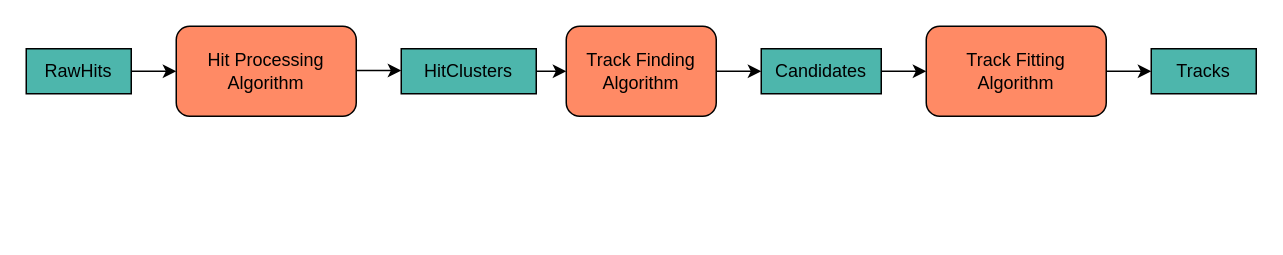
The draw.io diagram docs/_media/algo_flow_01.drawio in JeffersonLab/JANA2, before the edit. Source tidied: cells renumbered, new cells numbered last; positions are measured from the earlier drawing's top-left corner, leaving out a move shared by most shapes. Both pictures are drawn from the tidied source at 150%, with x=0, y=0 at pixel (26, 26).
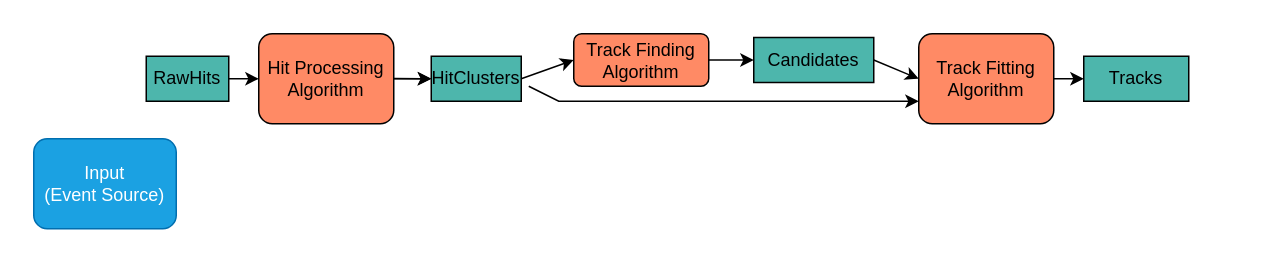
Above is the later version.

The edit, as a diff of the source:
```diff
@@
     <mxCell id="2" value="RawHits" style="rounded=0;whiteSpace=wrap;html=1;fillColor=#4DB6AC;" parent="1" vertex="1">
-      <mxGeometry y="15" width="70" height="30" as="geometry" />
+      <mxGeometry x="80" y="20" width="55" height="30" as="geometry" />
     </mxCell>
+    <mxCell id="15" style="edgeStyle=orthogonalEdgeStyle;rounded=0;jettySize=auto;html=1;" parent="1" edge="1" source="3" target="4">
+      <mxGeometry relative="1" as="geometry" />
+    </mxCell>
     <mxCell id="3" value="Hit Processing Algorithm" style="rounded=1;whiteSpace=wrap;html=1;fillColor=#FF8A65;" parent="1" vertex="1">
-      <mxGeometry x="100" width="120" height="60" as="geometry" />
+      <mxGeometry x="155" y="5" width="90" height="60" as="geometry" />
     </mxCell>
     <mxCell id="4" value="HitClusters" style="rounded=0;whiteSpace=wrap;html=1;fillColor=#4DB6AC;" parent="1" vertex="1">
-      <mxGeometry x="250" y="15" width="90" height="30" as="geometry" />
+      <mxGeometry x="270" y="20" width="60" height="30" as="geometry" />
     </mxCell>
     <mxCell id="5" value="Track Finding&lt;div&gt;Algorithm&lt;/div&gt;" style="rounded=1;whiteSpace=wrap;html=1;fillColor=#FF8A65;" parent="1" vertex="1">
-      <mxGeometry x="360" width="100" height="60" as="geometry" />
+      <mxGeometry x="365" y="5" width="90" height="35" as="geometry" />
     </mxCell>
     <mxCell id="6" value="Candidates" style="rounded=0;whiteSpace=wrap;html=1;fillColor=#4DB6AC;" parent="1" vertex="1">
-      <mxGeometry x="490" y="15" width="80" height="30" as="geometry" />
+      <mxGeometry x="485" y="7.5" width="80" height="30" as="geometry" />
     </mxCell>
     <mxCell id="7" value="Track Fitting&lt;div&gt;Algorithm&lt;/div&gt;" style="rounded=1;whiteSpace=wrap;html=1;fillColor=#FF8A65;" parent="1" vertex="1">
-      <mxGeometry x="600" width="120" height="60" as="geometry" />
+      <mxGeometry x="595" y="5" width="90" height="60" as="geometry" />
     </mxCell>
     <mxCell id="8" value="Tracks" style="rounded=0;whiteSpace=wrap;html=1;fillColor=#4DB6AC;" parent="1" vertex="1">
-      <mxGeometry x="750" y="15" width="70" height="30" as="geometry" />
+      <mxGeometry x="705" y="20" width="70" height="30" as="geometry" />
     </mxCell>
@@
-    <mxCell id="10" style="endArrow=classic;html=1;rounded=0;exitX=1;exitY=0.5;exitDx=0;exitDy=0;entryX=0;entryY=0.5;entryDx=0;entryDy=0;" parent="1" edge="1">
+    <mxCell id="10" style="endArrow=classic;html=1;rounded=0;exitX=1;exitY=0.5;exitDx=0;exitDy=0;entryX=0;entryY=0.5;entryDx=0;entryDy=0;" parent="1" edge="1" target="4">
       <mxGeometry relative="1" as="geometry">
-        <mxPoint x="220" y="29.5" as="sourcePoint" />
-        <mxPoint x="250" y="29.5" as="targetPoint" />
+        <mxPoint x="245" y="34.8" as="sourcePoint" />
       </mxGeometry>
     </mxCell>
@@
+    <mxCell id="16" style="edgeStyle=orthogonalEdgeStyle;rounded=0;orthogonalLoop=1;jettySize=auto;html=1;exitX=0.5;exitY=1;exitDx=0;exitDy=0;" parent="1" edge="1" source="5" target="5">
+      <mxGeometry relative="1" as="geometry" />
+    </mxCell>
+    <mxCell id="17" style="endArrow=classic;html=1;rounded=0;exitX=1;exitY=0.5;exitDx=0;exitDy=0;entryX=0;entryY=0.75;entryDx=0;entryDy=0;" parent="1" edge="1" target="7">
+      <mxGeometry relative="1" as="geometry">
+        <mxPoint x="335" y="40" as="sourcePoint" />
+        <Array as="points">
+          <mxPoint x="355" y="50" />
+        </Array>
+      </mxGeometry>
+    </mxCell>
+    <mxCell id="18" value="Input&lt;br&gt;(Event Source)" style="rounded=1;whiteSpace=wrap;html=1;fillColor=#1ba1e2;fontColor=#ffffff;strokeColor=#006EAF;" parent="1" vertex="1">
+      <mxGeometry x="5" y="75" width="95" height="60" as="geometry" />
+    </mxCell>
```
